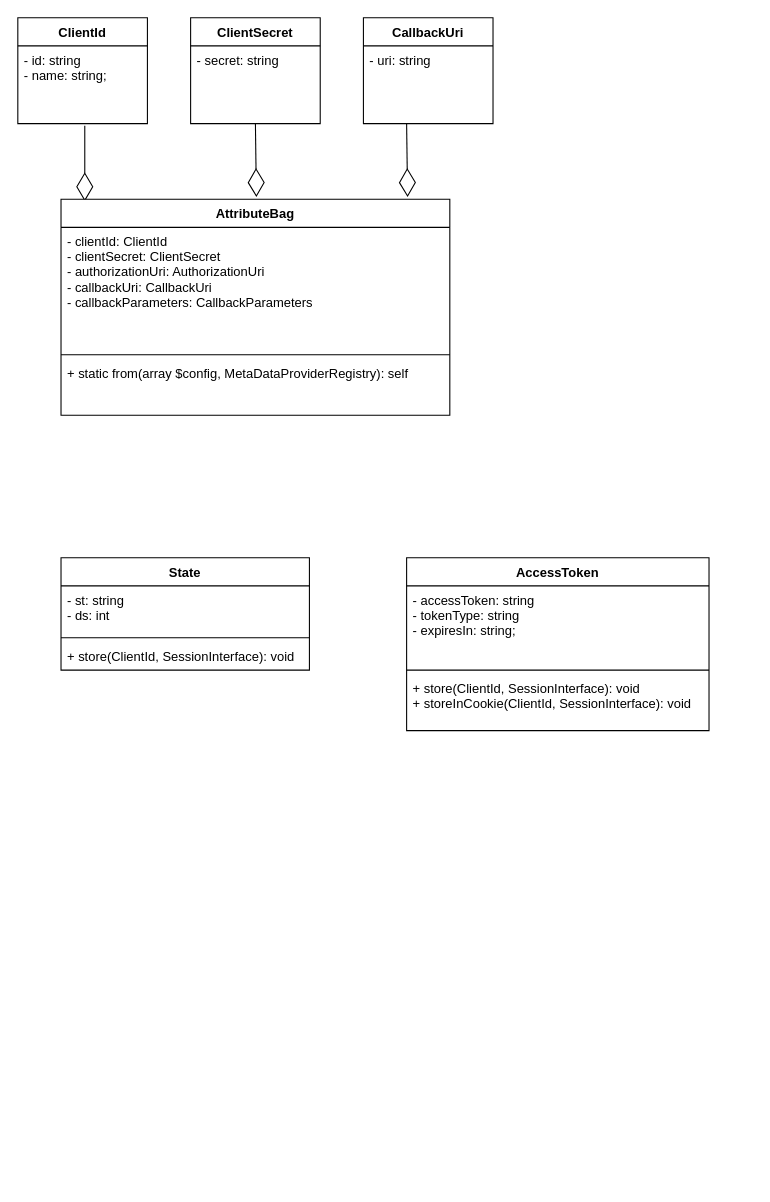
Before: page "attributes" (3 of 3) of oauth.drawio in andrzej-pakula/oauth-api-connector-bundle, a draw.io diagram. Source tidied: cells renumbered, new cells numbered last; positions are measured from the earlier drawing's top-left corner, leaving out a move shared by most shapes. Both pictures are drawn from the tidied source at 108%, with x=0, y=0 at pixel (17, 17).
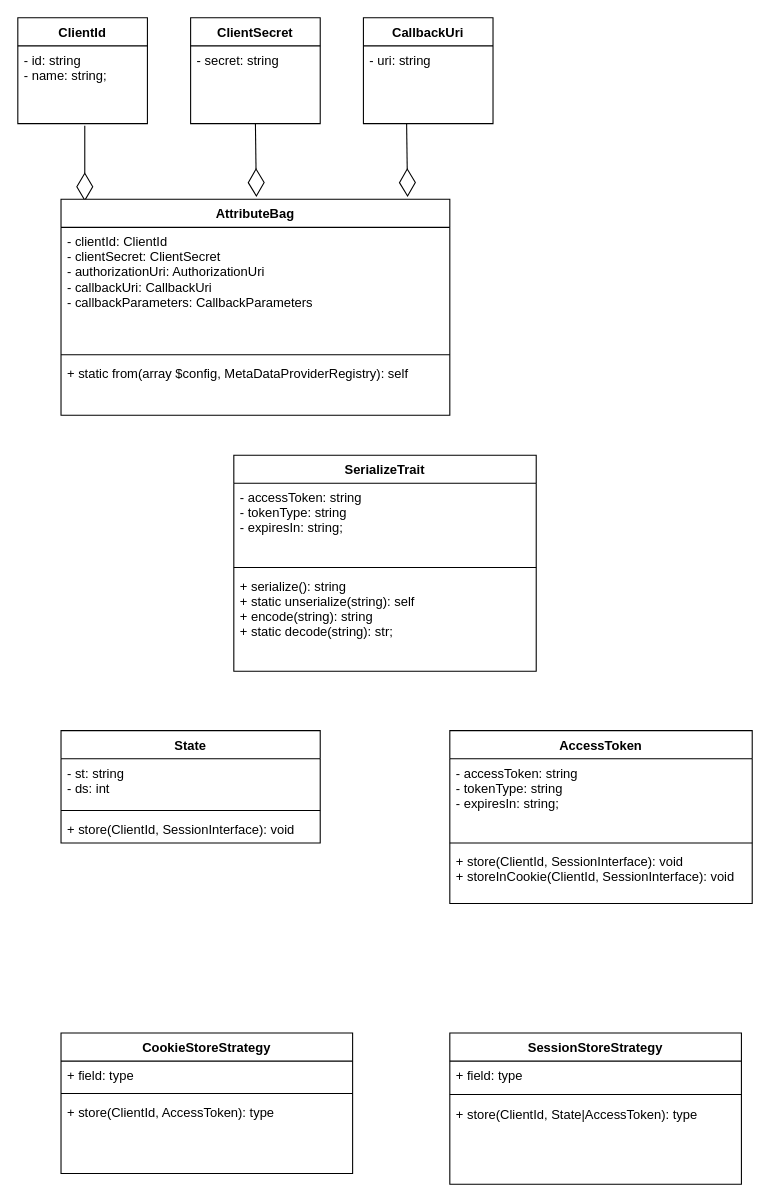
The same diagram, later.

Change to the diagram source:
```diff
@@
+    <mxCell id="26" value="SerializeTrait" style="swimlane;fontStyle=1;align=center;verticalAlign=top;horizontal=1;startSize=26;" parent="1" vertex="1">
+      <mxGeometry x="200" y="405" width="280" height="200" as="geometry" />
+    </mxCell>
+    <mxCell id="27" value="- accessToken: string&#10;- tokenType: string&#10;- expiresIn: string;" style="text;strokeColor=none;fillColor=none;align=left;verticalAlign=top;spacingLeft=4;spacingRight=4;overflow=hidden;" parent="26" vertex="1">
+      <mxGeometry y="26" width="280" height="74" as="geometry" />
+    </mxCell>
+    <mxCell id="28" style="line;strokeWidth=1;fillColor=none;align=left;verticalAlign=middle;spacingTop=-1;spacingLeft=3;spacingRight=3;labelPosition=right;" parent="26" vertex="1">
+      <mxGeometry y="100" width="280" height="8" as="geometry" />
+    </mxCell>
+    <mxCell id="29" value="+ serialize(): string&#10;+ static unserialize(string): self&#10;+ encode(string): string&#10;+ static decode(string): str;" style="text;strokeColor=none;fillColor=none;align=left;verticalAlign=top;spacingLeft=4;spacingRight=4;overflow=hidden;" parent="26" vertex="1">
+      <mxGeometry y="108" width="280" height="92" as="geometry" />
+    </mxCell>
     <mxCell id="18" value="State" style="swimlane;fontStyle=1;align=center;verticalAlign=top;horizontal=1;startSize=26;" parent="1" vertex="1">
-      <mxGeometry x="40" y="500" width="230" height="104" as="geometry" />
+      <mxGeometry x="40" y="660" width="240" height="104" as="geometry" />
     </mxCell>
     <mxCell id="19" value="- st: string&#10;- ds: int&#10;" style="text;strokeColor=none;fillColor=none;align=left;verticalAlign=top;spacingLeft=4;spacingRight=4;overflow=hidden;" parent="18" vertex="1">
-      <mxGeometry y="26" width="230" height="44" as="geometry" />
+      <mxGeometry y="26" width="240" height="44" as="geometry" />
     </mxCell>
     <mxCell id="20" style="line;strokeWidth=1;fillColor=none;align=left;verticalAlign=middle;spacingTop=-1;spacingLeft=3;spacingRight=3;labelPosition=right;" parent="18" vertex="1">
-      <mxGeometry y="70" width="230" height="8" as="geometry" />
+      <mxGeometry y="70" width="240" height="8" as="geometry" />
     </mxCell>
     <mxCell id="21" value="+ store(ClientId, SessionInterface): void" style="text;strokeColor=none;fillColor=none;align=left;verticalAlign=top;spacingLeft=4;spacingRight=4;overflow=hidden;" parent="18" vertex="1">
-      <mxGeometry y="78" width="230" height="26" as="geometry" />
+      <mxGeometry y="78" width="240" height="26" as="geometry" />
     </mxCell>
     <mxCell id="22" value="AccessToken" style="swimlane;fontStyle=1;align=center;verticalAlign=top;horizontal=1;startSize=26;" parent="1" vertex="1">
-      <mxGeometry x="360" y="500" width="280" height="160" as="geometry" />
+      <mxGeometry x="400" y="660" width="280" height="160" as="geometry" />
     </mxCell>
@@
+    <mxCell id="30" value="CookieStoreStrategy" style="swimlane;fontStyle=1;align=center;verticalAlign=top;horizontal=1;startSize=26;" parent="1" vertex="1">
+      <mxGeometry x="40" y="940" width="270" height="130" as="geometry" />
+    </mxCell>
+    <mxCell id="31" value="+ field: type" style="text;strokeColor=none;fillColor=none;align=left;verticalAlign=top;spacingLeft=4;spacingRight=4;overflow=hidden;" parent="30" vertex="1">
+      <mxGeometry y="26" width="270" height="26" as="geometry" />
+    </mxCell>
+    <mxCell id="32" style="line;strokeWidth=1;fillColor=none;align=left;verticalAlign=middle;spacingTop=-1;spacingLeft=3;spacingRight=3;labelPosition=right;" parent="30" vertex="1">
+      <mxGeometry y="52" width="270" height="8" as="geometry" />
+    </mxCell>
+    <mxCell id="33" value="+ store(ClientId, AccessToken): type" style="text;strokeColor=none;fillColor=none;align=left;verticalAlign=top;spacingLeft=4;spacingRight=4;overflow=hidden;" parent="30" vertex="1">
+      <mxGeometry y="60" width="270" height="70" as="geometry" />
+    </mxCell>
+    <mxCell id="34" value="SessionStoreStrategy" style="swimlane;fontStyle=1;align=center;verticalAlign=top;horizontal=1;startSize=26;" parent="1" vertex="1">
+      <mxGeometry x="400" y="940" width="270" height="140" as="geometry" />
+    </mxCell>
+    <mxCell id="35" value="+ field: type" style="text;strokeColor=none;fillColor=none;align=left;verticalAlign=top;spacingLeft=4;spacingRight=4;overflow=hidden;" parent="34" vertex="1">
+      <mxGeometry y="26" width="270" height="26" as="geometry" />
+    </mxCell>
+    <mxCell id="36" style="line;strokeWidth=1;fillColor=none;align=left;verticalAlign=middle;spacingTop=-1;spacingLeft=3;spacingRight=3;labelPosition=right;" parent="34" vertex="1">
+      <mxGeometry y="52" width="270" height="10" as="geometry" />
+    </mxCell>
+    <mxCell id="37" value="+ store(ClientId, State|AccessToken): type" style="text;strokeColor=none;fillColor=none;align=left;verticalAlign=top;spacingLeft=4;spacingRight=4;overflow=hidden;" parent="34" vertex="1">
+      <mxGeometry y="62" width="270" height="78" as="geometry" />
+    </mxCell>
```
